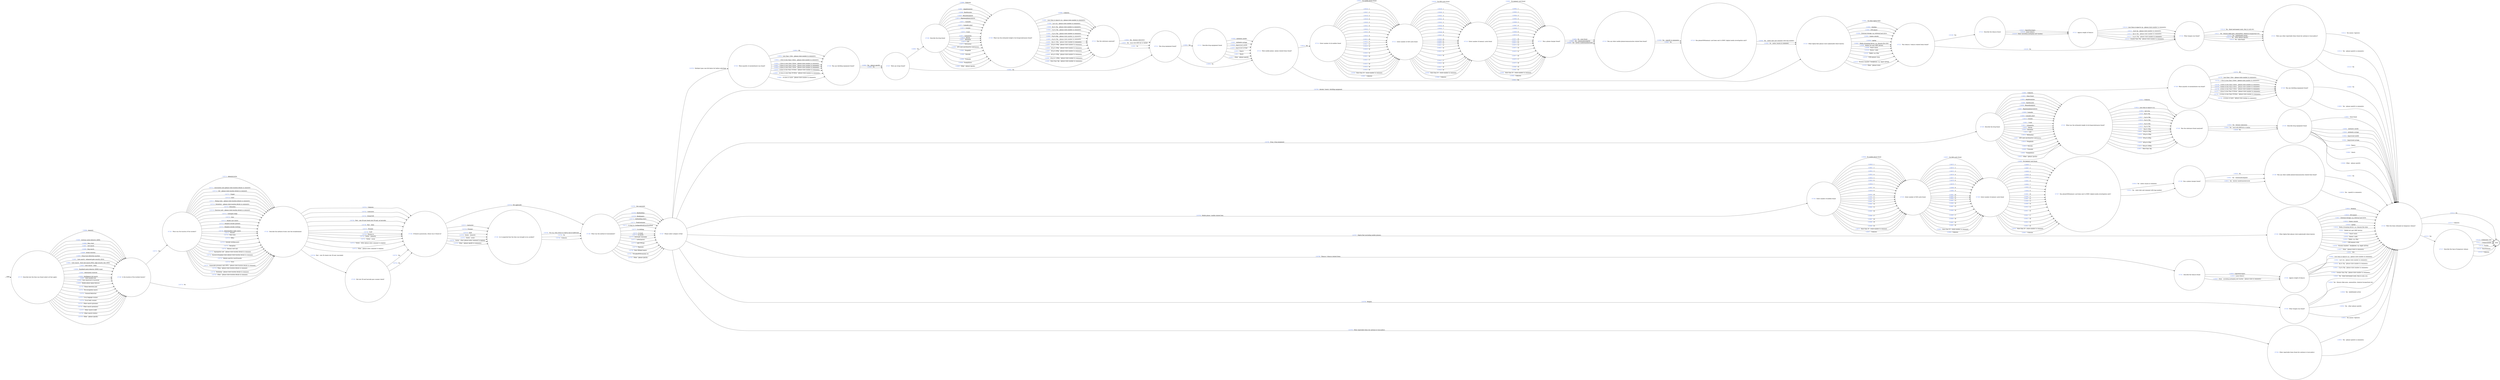
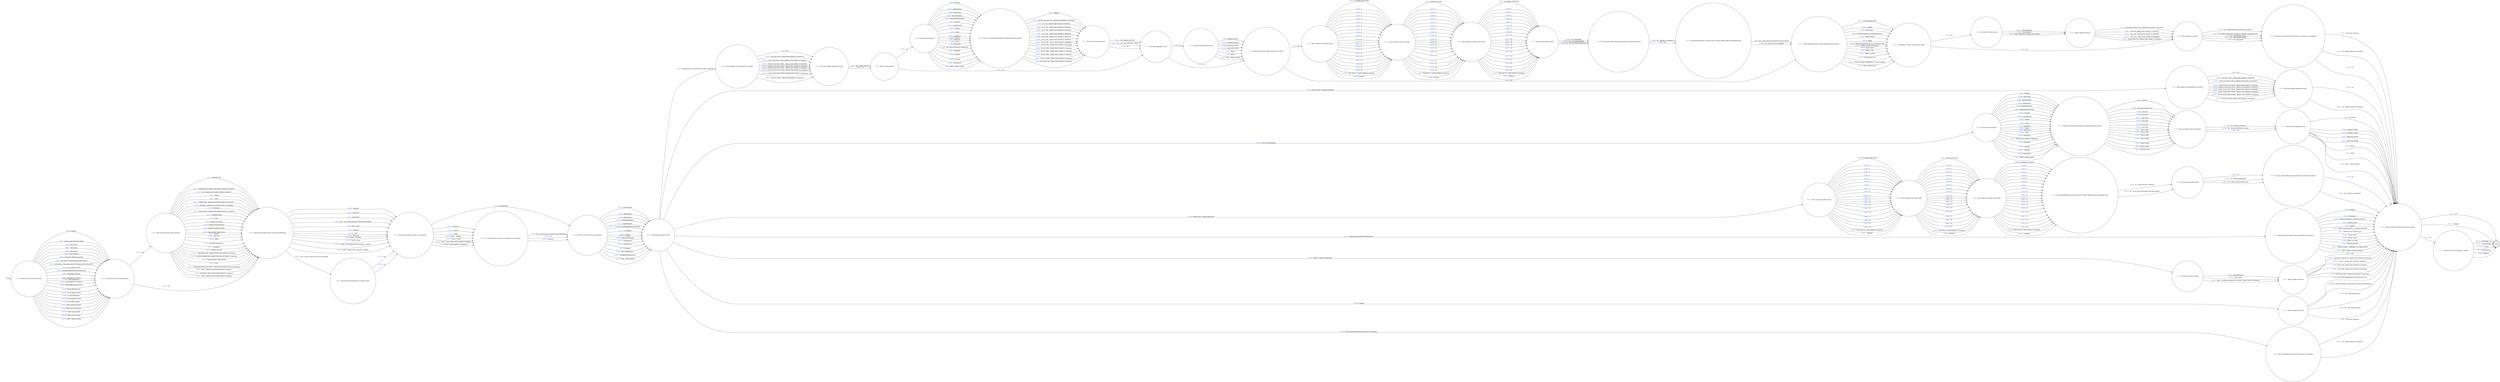
digraph FIND_6 {
  rankdir=LR;
  node [shape = circle];

  START_NODE [label="", shape=none];
  START_NODE -> 67179 [label = "start"];
  END_NODE [label="END", shape="doublecircle"];
-     67179 [label=< <FONT COLOR="royalblue">67179 </FONT> Describe how the item was found (select all that apply) >];
+     67179 [label=< <FONT COLOR="royalblue">67179 </FONT> Describe how the item was found >];
      67179 -> 67180 [label=< <FONT COLOR="royalblue">218684 </FONT> Amnesty >];
      67179 -> 67180 [label=< <FONT COLOR="royalblue">218685 </FONT> Archway metal detector (AMD) >];
      67179 -> 67180 [label=< <FONT COLOR="royalblue">218686 </FONT> Boss chair >];
      67179 -> 67180 [label=< <FONT COLOR="royalblue">218687 </FONT> Cell search >];
      67179 -> 67180 [label=< <FONT COLOR="royalblue">218688 </FONT> Dog search >];
      67179 -> 67180 [label=< <FONT COLOR="royalblue">218689 </FONT> Drone recovery >];
      67179 -> 67180 [label=< <FONT COLOR="royalblue">218690 </FONT> Drug trace detection machine >];
      67179 -> 67180 [label=< <FONT COLOR="royalblue">218691 </FONT> Gate search - enhanced gate security (EGS) >];
      67179 -> 67180 [label=< <FONT COLOR="royalblue">218692 </FONT> Gate search - front end search (FES), high security only (HSE) >];
      67179 -> 67180 [label=< <FONT COLOR="royalblue">218693 </FONT> Gate search - other >];
      67179 -> 67180 [label=< <FONT COLOR="royalblue">218694 </FONT> Handheld metal detector (HMD) wand >];
      67179 -> 67180 [label=< <FONT COLOR="royalblue">218695 </FONT> Information received >];
      67179 -> 67180 [label=< <FONT COLOR="royalblue">218696 </FONT> Intelligence led search >];
      67179 -> 67180 [label=< <FONT COLOR="royalblue">218697 </FONT> Item handed over >];
      67179 -> 67180 [label=< <FONT COLOR="royalblue">218698 </FONT> Item observed &amp; recovered >];
      67179 -> 67180 [label=< <FONT COLOR="royalblue">218699 </FONT> Mobile phone signal detector >];
      67179 -> 67180 [label=< <FONT COLOR="royalblue">218700 </FONT> Phone detection pole >];
      67179 -> 67180 [label=< <FONT COLOR="royalblue">218701 </FONT> Pre-occupation search >];
      67179 -> 67180 [label=< <FONT COLOR="royalblue">218702 </FONT> Unusual behaviour >];
      67179 -> 67180 [label=< <FONT COLOR="royalblue">218703 </FONT> X-ray baggage scanner >];
      67179 -> 67180 [label=< <FONT COLOR="royalblue">218704 </FONT> X-ray body scanner >];
      67179 -> 67180 [label=< <FONT COLOR="royalblue">218705 </FONT> Other search (prisoner) >];
      67179 -> 67180 [label=< <FONT COLOR="royalblue">218706 </FONT> Other search (premises) >];
      67179 -> 67180 [label=< <FONT COLOR="royalblue">218707 </FONT> Other search (staff) >];
      67179 -> 67180 [label=< <FONT COLOR="royalblue">218708 </FONT> Other search (visitor) >];
      67179 -> 67180 [label=< <FONT COLOR="royalblue">218709 </FONT> Other - (please specify) >];
    67180 [label=< <FONT COLOR="royalblue">67180 </FONT> Is the location of the incident known? >];
      67180 -> 67181 [label=< <FONT COLOR="royalblue">218711 </FONT> Yes >];
      67180 -> 67182 [label=< <FONT COLOR="royalblue">218710 </FONT> No >];
    67181 [label=< <FONT COLOR="royalblue">67181 </FONT> What was the location of the incident? >];
      67181 -> 67182 [label=< <FONT COLOR="royalblue">218712 </FONT> Administration >];
      67181 -> 67182 [label=< <FONT COLOR="royalblue">218713 </FONT> Association area (please state location details in comment) >];
      67181 -> 67182 [label=< <FONT COLOR="royalblue">218714 </FONT> Cell - (please state location details in comment) >];
      67181 -> 67182 [label=< <FONT COLOR="royalblue">218715 </FONT> Chapel >];
      67181 -> 67182 [label=< <FONT COLOR="royalblue">218716 </FONT> Court >];
      67181 -> 67182 [label=< <FONT COLOR="royalblue">218717 </FONT> Dining room - (please state location details in comments) >];
      67181 -> 67182 [label=< <FONT COLOR="royalblue">218718 </FONT> Dormitory - (please state location details in comments) >];
      67181 -> 67182 [label=< <FONT COLOR="royalblue">218719 </FONT> Education >];
      67181 -> 67182 [label=< <FONT COLOR="royalblue">218720 </FONT> Exercise yard - (please state location details in comment) >];
      67181 -> 67182 [label=< <FONT COLOR="royalblue">218721 </FONT> Gate/gate lodge >];
      67181 -> 67182 [label=< <FONT COLOR="royalblue">218722 </FONT> Gym >];
      67181 -> 67182 [label=< <FONT COLOR="royalblue">218723 </FONT> Health care centre >];
      67181 -> 67182 [label=< <FONT COLOR="royalblue">218724 </FONT> Hospital outside (patient) >];
      67181 -> 67182 [label=< <FONT COLOR="royalblue">218725 </FONT> Hospital outside (visiting) >];
      67181 -> 67182 [label=< <FONT COLOR="royalblue">218726 </FONT> Induction/first night centre >];
      67181 -> 67182 [label=< <FONT COLOR="royalblue">218727 </FONT> Kitchen >];
      67181 -> 67182 [label=< <FONT COLOR="royalblue">218728 </FONT> Mail room >];
      67181 -> 67182 [label=< <FONT COLOR="royalblue">218729 </FONT> Office >];
      67181 -> 67182 [label=< <FONT COLOR="royalblue">218730 </FONT> Outside working party >];
      67181 -> 67182 [label=< <FONT COLOR="royalblue">218731 </FONT> Reception >];
      67181 -> 67182 [label=< <FONT COLOR="royalblue">218732 </FONT> Recess/ roof void >];
      67181 -> 67182 [label=< <FONT COLOR="royalblue">218733 </FONT> Segregation unit - (please state location details in comment) >];
      67181 -> 67182 [label=< <FONT COLOR="royalblue">218734 </FONT> Showers/changing room (please state location details in comment) >];
      67181 -> 67182 [label=< <FONT COLOR="royalblue">218735 </FONT> Vehicle used for court/transfer >];
      67181 -> 67182 [label=< <FONT COLOR="royalblue">218736 </FONT> Visits >];
      67181 -> 67182 [label=< <FONT COLOR="royalblue">218737 </FONT> Vulnerable prisoners unit (VPU) - (please state location details in comment) >];
      67181 -> 67182 [label=< <FONT COLOR="royalblue">218738 </FONT> Wing - (please state location details in comment) >];
      67181 -> 67182 [label=< <FONT COLOR="royalblue">218739 </FONT> Workshop - (please state location details in comment) >];
      67181 -> 67182 [label=< <FONT COLOR="royalblue">218740 </FONT> Other - (please state location details in comment) >];
    67182 [label=< <FONT COLOR="royalblue">67182 </FONT> Describe the method of entry into the establishment >];
      67182 -> 67184 [label=< <FONT COLOR="royalblue">218741 </FONT> Unknown >];
      67182 -> 67184 [label=< <FONT COLOR="royalblue">218742 </FONT> Contractor >];
      67182 -> 67184 [label=< <FONT COLOR="royalblue">218743 </FONT> Drone/UAV >];
      67182 -> 67183 [label=< <FONT COLOR="royalblue">218744 </FONT> Post - rule 39 (check rule 39 mail, barcoded) >];
      67182 -> 67184 [label=< <FONT COLOR="royalblue">218745 </FONT> Post - rule 39 (not check rule 39 mail, no barcode) >];
      67182 -> 67184 [label=< <FONT COLOR="royalblue">218746 </FONT> Post - other >];
      67182 -> 67184 [label=< <FONT COLOR="royalblue">218747 </FONT> Prisoner >];
      67182 -> 67184 [label=< <FONT COLOR="royalblue">218748 </FONT> Staff >];
      67182 -> 67184 [label=< <FONT COLOR="royalblue">218749 </FONT> Thrown in >];
      67182 -> 67184 [label=< <FONT COLOR="royalblue">218750 </FONT> Visitor - domestic >];
      67182 -> 67184 [label=< <FONT COLOR="royalblue">218751 </FONT> Visitor - social >];
      67182 -> 67184 [label=< <FONT COLOR="royalblue">218752 </FONT> Visitor - other (please enter comment to explain) >];
      67182 -> 67184 [label=< <FONT COLOR="royalblue">218753 </FONT> Other - (please enter comment to explain) >];
    67183 [label=< <FONT COLOR="royalblue">67183 </FONT> Did rule 39 mail barcode pass scanner check? >];
      67183 -> 67184 [label=< <FONT COLOR="royalblue">218755 </FONT> Yes >];
      67183 -> 67184 [label=< <FONT COLOR="royalblue">218754 </FONT> No >];
    67184 [label=< <FONT COLOR="royalblue">67184 </FONT> If found in possession, whose was it found in? >];
      67184 -> 67186 [label=< <FONT COLOR="royalblue">218756 </FONT> Not applicable >];
      67184 -> 67185 [label=< <FONT COLOR="royalblue">218757 </FONT> Contractor >];
      67184 -> 67185 [label=< <FONT COLOR="royalblue">218758 </FONT> Prisoner >];
      67184 -> 67185 [label=< <FONT COLOR="royalblue">218759 </FONT> Staff >];
      67184 -> 67185 [label=< <FONT COLOR="royalblue">218760 </FONT> Visitor - domestic >];
      67184 -> 67185 [label=< <FONT COLOR="royalblue">218761 </FONT> Visitor - social >];
      67184 -> 67185 [label=< <FONT COLOR="royalblue">218762 </FONT> Visitor - other (please enter comment to explain) >];
      67184 -> 67185 [label=< <FONT COLOR="royalblue">218763 </FONT> Other - (please specify in comments) >];
    67185 [label=< <FONT COLOR="royalblue">67185 </FONT> Is it suspected that the item was brought in by accident? >];
      67185 -> 67186 [label=< <FONT COLOR="royalblue">218765 </FONT> Yes (e.g. item return to staff at end of shift/visit) >];
      67185 -> 67186 [label=< <FONT COLOR="royalblue">218764 </FONT> No >];
      67185 -> 67186 [label=< <FONT COLOR="royalblue">218766 </FONT> Unknown >];
    67186 [label=< <FONT COLOR="royalblue">67186 </FONT> What was the method of concealment? >];
      67186 -> 67187 [label=< <FONT COLOR="royalblue">218767 </FONT> Not concealed >];
      67186 -> 67187 [label=< <FONT COLOR="royalblue">218768 </FONT> Bed/bedding >];
      67186 -> 67187 [label=< <FONT COLOR="royalblue">218769 </FONT> Book/papers >];
      67186 -> 67187 [label=< <FONT COLOR="royalblue">218770 </FONT> Cell/building fabric >];
      67186 -> 67187 [label=< <FONT COLOR="royalblue">218771 </FONT> Food/container >];
      67186 -> 67187 [label=< <FONT COLOR="royalblue">218772 </FONT> In bag (i.e. backpack/briefcase/handbag) >];
      67186 -> 67187 [label=< <FONT COLOR="royalblue">218773 </FONT> In clothing >];
      67186 -> 67187 [label=< <FONT COLOR="royalblue">218774 </FONT> In hand >];
      67186 -> 67187 [label=< <FONT COLOR="royalblue">218775 </FONT> In mouth >];
      67186 -> 67187 [label=< <FONT COLOR="royalblue">218776 </FONT> Internally concealed >];
      67186 -> 67187 [label=< <FONT COLOR="royalblue">218777 </FONT> Letter/parcel >];
      67186 -> 67187 [label=< <FONT COLOR="royalblue">218778 </FONT> Light fittings >];
      67186 -> 67187 [label=< <FONT COLOR="royalblue">218779 </FONT> Pipework >];
      67186 -> 67187 [label=< <FONT COLOR="royalblue">218780 </FONT> Rule 39/legal papers >];
      67186 -> 67187 [label=< <FONT COLOR="royalblue">218781 </FONT> TV/radio/DVD/consoles etc >];
      67186 -> 67187 [label=< <FONT COLOR="royalblue">218782 </FONT> Other - (please specify) >];
    67187 [label=< <FONT COLOR="royalblue">67187 </FONT> Please select category of find >];
      67187 -> 67205 [label=< <FONT COLOR="royalblue">218783 </FONT> Multiple types (see full below list before selecting) >];
      67187 -> 67188 [label=< <FONT COLOR="royalblue">218784 </FONT> Alcohol / hooch / distilling equipment >];
      67187 -> 67190 [label=< <FONT COLOR="royalblue">218785 </FONT> Drug / drug equipment >];
      67187 -> 67194 [label=< <FONT COLOR="royalblue">218786 </FONT> Mobile phone / mobile related item >];
      67187 -> 67200 [label=< <FONT COLOR="royalblue">218787 </FONT> Digital find (excluding mobile phones) >];
      67187 -> 67201 [label=< <FONT COLOR="royalblue">218788 </FONT> Tobacco / tobacco related items >];
      67187 -> 67203 [label=< <FONT COLOR="royalblue">218789 </FONT> Weapon >];
      67187 -> 67204 [label=< <FONT COLOR="royalblue">218790 </FONT> Other reportable items (by national or local policy) >];
    67188 [label=< <FONT COLOR="royalblue">67188 </FONT> What quantity of alcohol/hooch was found? >];
      67188 -> 67189 [label=< <FONT COLOR="royalblue">218791 </FONT> Nil >];
      67188 -> 67189 [label=< <FONT COLOR="royalblue">218792 </FONT> Less than 1 litre - (please state number in comments) >];
      67188 -> 67189 [label=< <FONT COLOR="royalblue">218793 </FONT> 1 litre to less than 2 litres - (please state number in comments) >];
      67188 -> 67189 [label=< <FONT COLOR="royalblue">218794 </FONT> 2 litres to less than 3 litres - (please state number in comments) >];
      67188 -> 67189 [label=< <FONT COLOR="royalblue">218795 </FONT> 3 litres to less than 4 litres - (please state number in comments) >];
      67188 -> 67189 [label=< <FONT COLOR="royalblue">218796 </FONT> 4 litres to less than 5 litres - (please state number in comments) >];
      67188 -> 67189 [label=< <FONT COLOR="royalblue">218797 </FONT> 5 litres to less than 10 litres - (please state number in comments) >];
      67188 -> 67189 [label=< <FONT COLOR="royalblue">218798 </FONT> 10 litres to less than 20 litres - (please state number in comments) >];
      67188 -> 67189 [label=< <FONT COLOR="royalblue">218799 </FONT> 20 litres or more - (please state number in comments) >];
    67189 [label=< <FONT COLOR="royalblue">67189 </FONT> Was any distilling equipment found? >];
      67189 -> 67226 [label=< <FONT COLOR="royalblue">218800 </FONT> No >];
      67189 -> 67226 [label=< <FONT COLOR="royalblue">218801 </FONT> Yes - (please specify in comments) >];
    67190 [label=< <FONT COLOR="royalblue">67190 </FONT> Describe the drug found >];
      67190 -> 67191 [label=< <FONT COLOR="royalblue">218802 </FONT> Unknown >];
      67190 -> 67191 [label=< <FONT COLOR="royalblue">218803 </FONT> None found >];
      67190 -> 67191 [label=< <FONT COLOR="royalblue">218804 </FONT> Amphetamines >];
      67190 -> 67191 [label=< <FONT COLOR="royalblue">218805 </FONT> Barbiturates >];
      67190 -> 67191 [label=< <FONT COLOR="royalblue">218806 </FONT> Benzodiazepines >];
      67190 -> 67191 [label=< <FONT COLOR="royalblue">218807 </FONT> Buprenorphine/subutex >];
      67190 -> 67191 [label=< <FONT COLOR="royalblue">218808 </FONT> Cannabis >];
      67190 -> 67191 [label=< <FONT COLOR="royalblue">218809 </FONT> Cannabis plant >];
      67190 -> 67191 [label=< <FONT COLOR="royalblue">218810 </FONT> Cocaine >];
      67190 -> 67191 [label=< <FONT COLOR="royalblue">218811 </FONT> Crack >];
      67190 -> 67191 [label=< <FONT COLOR="royalblue">218812 </FONT> Gabapentin >];
      67190 -> 67191 [label=< <FONT COLOR="royalblue">218813 </FONT> Heroin >];
      67190 -> 67191 [label=< <FONT COLOR="royalblue">218814 </FONT> Ketamine >];
      67190 -> 67191 [label=< <FONT COLOR="royalblue">218815 </FONT> LSD >];
      67190 -> 67191 [label=< <FONT COLOR="royalblue">218816 </FONT> Methadone >];
      67190 -> 67191 [label=< <FONT COLOR="royalblue">218817 </FONT> NPS (new psychoactive substances) >];
      67190 -> 67191 [label=< <FONT COLOR="royalblue">218818 </FONT> Pregabalin >];
      67190 -> 67191 [label=< <FONT COLOR="royalblue">218819 </FONT> Steroids >];
      67190 -> 67191 [label=< <FONT COLOR="royalblue">218820 </FONT> Tramadol >];
      67190 -> 67191 [label=< <FONT COLOR="royalblue">218821 </FONT> Tranquilisers >];
      67190 -> 67191 [label=< <FONT COLOR="royalblue">218822 </FONT> Other - (please specify) >];
    67191 [label=< <FONT COLOR="royalblue">67191 </FONT> What was the estimated weight of all drugs/substances found? >];
      67191 -> 67192 [label=< <FONT COLOR="royalblue">218823 </FONT> Unknown >];
      67191 -> 67192 [label=< <FONT COLOR="royalblue">218824 </FONT> Less than or equal to 1g >];
      67191 -> 67192 [label=< <FONT COLOR="royalblue">218825 </FONT> 2g to 5g >];
      67191 -> 67192 [label=< <FONT COLOR="royalblue">218826 </FONT> 6g to 10g >];
      67191 -> 67192 [label=< <FONT COLOR="royalblue">218827 </FONT> 11g to 20g >];
      67191 -> 67192 [label=< <FONT COLOR="royalblue">218828 </FONT> 21g to 30g >];
      67191 -> 67192 [label=< <FONT COLOR="royalblue">218829 </FONT> 31g to 40g >];
      67191 -> 67192 [label=< <FONT COLOR="royalblue">218830 </FONT> 41g to 50g >];
      67191 -> 67192 [label=< <FONT COLOR="royalblue">218831 </FONT> 50g to 100g >];
      67191 -> 67192 [label=< <FONT COLOR="royalblue">218832 </FONT> 101g to 200g >];
      67191 -> 67192 [label=< <FONT COLOR="royalblue">218833 </FONT> 201g to 300g >];
      67191 -> 67192 [label=< <FONT COLOR="royalblue">218834 </FONT> 301g to 400g >];
      67191 -> 67192 [label=< <FONT COLOR="royalblue">218835 </FONT> 401g to 500g >];
      67191 -> 67192 [label=< <FONT COLOR="royalblue">218836 </FONT> 501g to 1000g >];
      67191 -> 67192 [label=< <FONT COLOR="royalblue">218837 </FONT> More than 1kg >];
    67192 [label=< <FONT COLOR="royalblue">67192 </FONT> Was the substance found analysed? >];
      67192 -> 67193 [label=< <FONT COLOR="royalblue">218839 </FONT> Yes - forensic laboratory >];
      67192 -> 67193 [label=< <FONT COLOR="royalblue">218840 </FONT> Yes - local with BDH kit or similar >];
      67192 -> 67193 [label=< <FONT COLOR="royalblue">218838 </FONT> No >];
    67193 [label=< <FONT COLOR="royalblue">67193 </FONT> Describe drug equipment found >];
      67193 -> 67226 [label=< <FONT COLOR="royalblue">218841 </FONT> None found >];
      67193 -> 67226 [label=< <FONT COLOR="royalblue">218842 </FONT> Authentic needle >];
      67193 -> 67226 [label=< <FONT COLOR="royalblue">218843 </FONT> Authentic syringe >];
      67193 -> 67226 [label=< <FONT COLOR="royalblue">218844 </FONT> Improvised needle >];
      67193 -> 67226 [label=< <FONT COLOR="royalblue">218845 </FONT> Improvised syringe >];
      67193 -> 67226 [label=< <FONT COLOR="royalblue">218846 </FONT> Pipe(s) >];
      67193 -> 67226 [label=< <FONT COLOR="royalblue">218847 </FONT> Roach >];
      67193 -> 67226 [label=< <FONT COLOR="royalblue">218848 </FONT> Other - (please specify) >];
    67194 [label=< <FONT COLOR="royalblue">67194 </FONT> Enter number of mobiles found >];
      67194 -> 67195 [label=< <FONT COLOR="royalblue">218849 </FONT> No mobile phone found >];
      67194 -> 67195 [label=< <FONT COLOR="royalblue">218850 </FONT> 1 >];
      67194 -> 67195 [label=< <FONT COLOR="royalblue">218851 </FONT> 2 >];
      67194 -> 67195 [label=< <FONT COLOR="royalblue">218852 </FONT> 3 >];
      67194 -> 67195 [label=< <FONT COLOR="royalblue">218853 </FONT> 4 >];
      67194 -> 67195 [label=< <FONT COLOR="royalblue">218854 </FONT> 5 >];
      67194 -> 67195 [label=< <FONT COLOR="royalblue">218855 </FONT> 6 >];
      67194 -> 67195 [label=< <FONT COLOR="royalblue">218856 </FONT> 7 >];
      67194 -> 67195 [label=< <FONT COLOR="royalblue">218857 </FONT> 8 >];
      67194 -> 67195 [label=< <FONT COLOR="royalblue">218858 </FONT> 9 >];
      67194 -> 67195 [label=< <FONT COLOR="royalblue">218859 </FONT> 10 >];
      67194 -> 67195 [label=< <FONT COLOR="royalblue">218860 </FONT> 11 >];
      67194 -> 67195 [label=< <FONT COLOR="royalblue">218861 </FONT> 12 >];
      67194 -> 67195 [label=< <FONT COLOR="royalblue">218862 </FONT> 13 >];
      67194 -> 67195 [label=< <FONT COLOR="royalblue">218863 </FONT> 14 >];
      67194 -> 67195 [label=< <FONT COLOR="royalblue">218864 </FONT> 15 >];
      67194 -> 67195 [label=< <FONT COLOR="royalblue">218865 </FONT> 16 >];
      67194 -> 67195 [label=< <FONT COLOR="royalblue">218866 </FONT> 17 >];
      67194 -> 67195 [label=< <FONT COLOR="royalblue">218867 </FONT> 18 >];
      67194 -> 67195 [label=< <FONT COLOR="royalblue">218868 </FONT> 19 >];
      67194 -> 67195 [label=< <FONT COLOR="royalblue">218869 </FONT> 20 >];
      67194 -> 67195 [label=< <FONT COLOR="royalblue">218870 </FONT> More than 20 - (state number in comment) >];
      67194 -> 67195 [label=< <FONT COLOR="royalblue">218871 </FONT> Unknown >];
    67195 [label=< <FONT COLOR="royalblue">67195 </FONT> Enter number of SIM cards found >];
      67195 -> 67196 [label=< <FONT COLOR="royalblue">218872 </FONT> No SIM cards found >];
      67195 -> 67196 [label=< <FONT COLOR="royalblue">218873 </FONT> 1 >];
      67195 -> 67196 [label=< <FONT COLOR="royalblue">218874 </FONT> 2 >];
      67195 -> 67196 [label=< <FONT COLOR="royalblue">218875 </FONT> 3 >];
      67195 -> 67196 [label=< <FONT COLOR="royalblue">218876 </FONT> 4 >];
      67195 -> 67196 [label=< <FONT COLOR="royalblue">218877 </FONT> 5 >];
      67195 -> 67196 [label=< <FONT COLOR="royalblue">218878 </FONT> 6 >];
      67195 -> 67196 [label=< <FONT COLOR="royalblue">218879 </FONT> 7 >];
      67195 -> 67196 [label=< <FONT COLOR="royalblue">218880 </FONT> 8 >];
      67195 -> 67196 [label=< <FONT COLOR="royalblue">218881 </FONT> 9 >];
      67195 -> 67196 [label=< <FONT COLOR="royalblue">218882 </FONT> 10 >];
      67195 -> 67196 [label=< <FONT COLOR="royalblue">218883 </FONT> 11 >];
      67195 -> 67196 [label=< <FONT COLOR="royalblue">218884 </FONT> 12 >];
      67195 -> 67196 [label=< <FONT COLOR="royalblue">218885 </FONT> 13 >];
      67195 -> 67196 [label=< <FONT COLOR="royalblue">218886 </FONT> 14 >];
      67195 -> 67196 [label=< <FONT COLOR="royalblue">218887 </FONT> 15 >];
      67195 -> 67196 [label=< <FONT COLOR="royalblue">218888 </FONT> 16 >];
      67195 -> 67196 [label=< <FONT COLOR="royalblue">218889 </FONT> 17 >];
      67195 -> 67196 [label=< <FONT COLOR="royalblue">218890 </FONT> 18 >];
      67195 -> 67196 [label=< <FONT COLOR="royalblue">218891 </FONT> 19 >];
      67195 -> 67196 [label=< <FONT COLOR="royalblue">218892 </FONT> 20 >];
      67195 -> 67196 [label=< <FONT COLOR="royalblue">218893 </FONT> More than 20 - (state number in comment) >];
      67195 -> 67196 [label=< <FONT COLOR="royalblue">218894 </FONT> Unknown >];
    67196 [label=< <FONT COLOR="royalblue">67196 </FONT> Enter number of memory cards found >];
      67196 -> 67197 [label=< <FONT COLOR="royalblue">218895 </FONT> No memory card found >];
      67196 -> 67197 [label=< <FONT COLOR="royalblue">218896 </FONT> 1 >];
      67196 -> 67197 [label=< <FONT COLOR="royalblue">218897 </FONT> 2 >];
      67196 -> 67197 [label=< <FONT COLOR="royalblue">218898 </FONT> 3 >];
      67196 -> 67197 [label=< <FONT COLOR="royalblue">218899 </FONT> 4 >];
      67196 -> 67197 [label=< <FONT COLOR="royalblue">218900 </FONT> 5 >];
      67196 -> 67197 [label=< <FONT COLOR="royalblue">218901 </FONT> 6 >];
      67196 -> 67197 [label=< <FONT COLOR="royalblue">218902 </FONT> 7 >];
      67196 -> 67197 [label=< <FONT COLOR="royalblue">218903 </FONT> 8 >];
      67196 -> 67197 [label=< <FONT COLOR="royalblue">218904 </FONT> 9 >];
      67196 -> 67197 [label=< <FONT COLOR="royalblue">218905 </FONT> 10 >];
      67196 -> 67197 [label=< <FONT COLOR="royalblue">218906 </FONT> 11 >];
      67196 -> 67197 [label=< <FONT COLOR="royalblue">218907 </FONT> 12 >];
      67196 -> 67197 [label=< <FONT COLOR="royalblue">218908 </FONT> 13 >];
      67196 -> 67197 [label=< <FONT COLOR="royalblue">218909 </FONT> 14 >];
      67196 -> 67197 [label=< <FONT COLOR="royalblue">218910 </FONT> 15 >];
      67196 -> 67197 [label=< <FONT COLOR="royalblue">218911 </FONT> 16 >];
      67196 -> 67197 [label=< <FONT COLOR="royalblue">218912 </FONT> 17 >];
      67196 -> 67197 [label=< <FONT COLOR="royalblue">218913 </FONT> 18 >];
      67196 -> 67197 [label=< <FONT COLOR="royalblue">218914 </FONT> 19 >];
      67196 -> 67197 [label=< <FONT COLOR="royalblue">218915 </FONT> 20 >];
      67196 -> 67197 [label=< <FONT COLOR="royalblue">218916 </FONT> More than 20 - (state number in comment) >];
      67196 -> 67197 [label=< <FONT COLOR="royalblue">218917 </FONT> Unknown >];
    67197 [label=< <FONT COLOR="royalblue">67197 </FONT> Has phone/SIM/memory card been sent to DIMU (digital media investigation unit)? >];
      67197 -> 67198 [label=< <FONT COLOR="royalblue">218918 </FONT> No - (enter reason in comment) >];
      67197 -> 67198 [label=< <FONT COLOR="royalblue">218919 </FONT> Yes - enter date and comment with bag number) >];
    67198 [label=< <FONT COLOR="royalblue">67198 </FONT> Was a phone charger found? >];
      67198 -> 67199 [label=< <FONT COLOR="royalblue">218920 </FONT> No >];
      67198 -> 67199 [label=< <FONT COLOR="royalblue">218921 </FONT> Yes - homemade/adapted >];
      67198 -> 67199 [label=< <FONT COLOR="royalblue">218922 </FONT> Yes - factory made/manufactured >];
    67199 [label=< <FONT COLOR="royalblue">67199 </FONT> Was any other mobile phone/communication related item found? >];
      67199 -> 67226 [label=< <FONT COLOR="royalblue">218923 </FONT> No >];
      67199 -> 67226 [label=< <FONT COLOR="royalblue">218924 </FONT> Yes - (specify in comments) >];
    67200 [label=< <FONT COLOR="royalblue">67200 </FONT> Other digital find (please state make/model where known) >];
      67200 -> 67226 [label=< <FONT COLOR="royalblue">218925 </FONT> Desktop >];
      67200 -> 67226 [label=< <FONT COLOR="royalblue">218926 </FONT> DVD player >];
      67200 -> 67226 [label=< <FONT COLOR="royalblue">218927 </FONT> External storage, e.g. external hard drive >];
      67200 -> 67226 [label=< <FONT COLOR="royalblue">218928 </FONT> Games console >];
      67200 -> 67226 [label=< <FONT COLOR="royalblue">218929 </FONT> Laptop >];
      67200 -> 67226 [label=< <FONT COLOR="royalblue">218930 </FONT> Media streaming device, e.g. Amazon fire stick >];
      67200 -> 67226 [label=< <FONT COLOR="royalblue">218931 </FONT> Mobile hot spot (MiFi device) >];
      67200 -> 67226 [label=< <FONT COLOR="royalblue">218932 </FONT> Smart watch >];
      67200 -> 67226 [label=< <FONT COLOR="royalblue">218933 </FONT> Stereo / radio >];
      67200 -> 67226 [label=< <FONT COLOR="royalblue">218934 </FONT> Tablet, e.g. iPad >];
      67200 -> 67226 [label=< <FONT COLOR="royalblue">218935 </FONT> USB memory stick >];
      67200 -> 67226 [label=< <FONT COLOR="royalblue">218936 </FONT> Wireless headset . headphone, e.g. Apple AirPods >];
      67200 -> 67226 [label=< <FONT COLOR="royalblue">218937 </FONT> Other - (please state in comments) >];
    67201 [label=< <FONT COLOR="royalblue">67201 </FONT> Describe the tobacco found >];
      67201 -> 67202 [label=< <FONT COLOR="royalblue">218938 </FONT> Cigarettes/cigars >];
      67201 -> 67202 [label=< <FONT COLOR="royalblue">218939 </FONT> Loose tobacco >];
      67201 -> 67202 [label=< <FONT COLOR="royalblue">218940 </FONT> Other - including packaging and roaches - (please state in comments) >];
    67202 [label=< <FONT COLOR="royalblue">67202 </FONT> Approx weight of tobacco >];
      67202 -> 67226 [label=< <FONT COLOR="royalblue">218941 </FONT> N/A >];
      67202 -> 67226 [label=< <FONT COLOR="royalblue">218942 </FONT> Less than or equal to 1g - (please state number in comments) >];
      67202 -> 67226 [label=< <FONT COLOR="royalblue">218943 </FONT> 2g to 5g - (please state number in comments) >];
      67202 -> 67226 [label=< <FONT COLOR="royalblue">218944 </FONT> 6g to 10g - (please state number in comments) >];
      67202 -> 67226 [label=< <FONT COLOR="royalblue">218945 </FONT> 11g to 20g - (please state number in comments) >];
      67202 -> 67226 [label=< <FONT COLOR="royalblue">218946 </FONT> Greater than 20g - (please state number in comments) >];
    67203 [label=< <FONT COLOR="royalblue">67203 </FONT> What weapon was found? >];
      67203 -> 67226 [label=< <FONT COLOR="royalblue">218947 </FONT> Yes - blunt instrument (cosh, item in sock, etc) >];
      67203 -> 67226 [label=< <FONT COLOR="royalblue">218948 </FONT> Yes - firearm (fake guns, ammunition, chemical incapacitant etc) >];
      67203 -> 67226 [label=< <FONT COLOR="royalblue">218949 </FONT> Yes - knife/bladed article >];
      67203 -> 67226 [label=< <FONT COLOR="royalblue">218950 </FONT> Yes - other (please specify) >];
    67204 [label=< <FONT COLOR="royalblue">67204 </FONT> Other reportable items found (by national or local policy) >];
      67204 -> 67226 [label=< <FONT COLOR="royalblue">218951 </FONT> Yes (noose / ligature) >];
      67204 -> 67226 [label=< <FONT COLOR="royalblue">218952 </FONT> Yes - (please specify in comments) >];
    67205 [label=< <FONT COLOR="royalblue">67205 </FONT> What quantity of alcohol/hooch was found? >];
      67205 -> 67206 [label=< <FONT COLOR="royalblue">218953 </FONT> Nil >];
      67205 -> 67206 [label=< <FONT COLOR="royalblue">218954 </FONT> Less than 1 litre - (please state number in comments) >];
      67205 -> 67206 [label=< <FONT COLOR="royalblue">218955 </FONT> 1 litre to less than 2 litres - (please state number in comments) >];
      67205 -> 67206 [label=< <FONT COLOR="royalblue">218956 </FONT> 2 litres to less than 3 litres - (please state number in comments) >];
      67205 -> 67206 [label=< <FONT COLOR="royalblue">218957 </FONT> 3 litres to less than 4 litres - (please state number in comments) >];
      67205 -> 67206 [label=< <FONT COLOR="royalblue">218958 </FONT> 4 litres to less than 5 litres - (please state number in comments) >];
      67205 -> 67206 [label=< <FONT COLOR="royalblue">218959 </FONT> 5 litres to less than 10 litres - (please state number in comments) >];
      67205 -> 67206 [label=< <FONT COLOR="royalblue">218960 </FONT> 10 litres to less than 20 litres - (please state number in comments) >];
      67205 -> 67206 [label=< <FONT COLOR="royalblue">218961 </FONT> 20 litres or more - (please state number in comments) >];
    67206 [label=< <FONT COLOR="royalblue">67206 </FONT> Was any distilling equipment found? >];
      67206 -> 67207 [label=< <FONT COLOR="royalblue">218963 </FONT> Yes - (please specify) >];
      67206 -> 67207 [label=< <FONT COLOR="royalblue">218962 </FONT> No >];
    67207 [label=< <FONT COLOR="royalblue">67207 </FONT> Were any drugs found? >];
      67207 -> 67208 [label=< <FONT COLOR="royalblue">218965 </FONT> Yes >];
      67207 -> 67211 [label=< <FONT COLOR="royalblue">218964 </FONT> No >];
    67208 [label=< <FONT COLOR="royalblue">67208 </FONT> Describe the drug found >];
      67208 -> 67209 [label=< <FONT COLOR="royalblue">218966 </FONT> Unknown >];
      67208 -> 67209 [label=< <FONT COLOR="royalblue">218967 </FONT> Amphetamines >];
      67208 -> 67209 [label=< <FONT COLOR="royalblue">218968 </FONT> Barbiturates >];
      67208 -> 67209 [label=< <FONT COLOR="royalblue">218969 </FONT> Benzodiazepines >];
      67208 -> 67209 [label=< <FONT COLOR="royalblue">218970 </FONT> Buprenorphine/subutex >];
      67208 -> 67209 [label=< <FONT COLOR="royalblue">218971 </FONT> Cannabis >];
      67208 -> 67209 [label=< <FONT COLOR="royalblue">218972 </FONT> Cannabis plant >];
      67208 -> 67209 [label=< <FONT COLOR="royalblue">218973 </FONT> Cocaine >];
      67208 -> 67209 [label=< <FONT COLOR="royalblue">218974 </FONT> Crack >];
      67208 -> 67209 [label=< <FONT COLOR="royalblue">218975 </FONT> Gabapentin >];
      67208 -> 67209 [label=< <FONT COLOR="royalblue">218976 </FONT> Heroin >];
      67208 -> 67209 [label=< <FONT COLOR="royalblue">218977 </FONT> Ketamine >];
      67208 -> 67209 [label=< <FONT COLOR="royalblue">218978 </FONT> LSD >];
      67208 -> 67209 [label=< <FONT COLOR="royalblue">218979 </FONT> Methadone >];
      67208 -> 67209 [label=< <FONT COLOR="royalblue">218980 </FONT> NPS (new psychoactive substances) >];
      67208 -> 67209 [label=< <FONT COLOR="royalblue">218981 </FONT> Pregablin >];
      67208 -> 67209 [label=< <FONT COLOR="royalblue">218982 </FONT> Steroids >];
      67208 -> 67209 [label=< <FONT COLOR="royalblue">218983 </FONT> Tramadol >];
      67208 -> 67209 [label=< <FONT COLOR="royalblue">218984 </FONT> Tranquilisers >];
      67208 -> 67209 [label=< <FONT COLOR="royalblue">218985 </FONT> Other - (please specify) >];
    67209 [label=< <FONT COLOR="royalblue">67209 </FONT> What was the estimated weight of all drugs/substances found? >];
      67209 -> 67210 [label=< <FONT COLOR="royalblue">218986 </FONT> Unknown >];
      67209 -> 67210 [label=< <FONT COLOR="royalblue">218987 </FONT> Less than or equal to 1g - (please state number in comments) >];
      67209 -> 67210 [label=< <FONT COLOR="royalblue">218988 </FONT> 2g to 5g - (please state number in comments) >];
      67209 -> 67210 [label=< <FONT COLOR="royalblue">218989 </FONT> 6g to 10g - (please state number in comments) >];
      67209 -> 67210 [label=< <FONT COLOR="royalblue">218990 </FONT> 11g to 20g - (please state number in comments) >];
      67209 -> 67210 [label=< <FONT COLOR="royalblue">218991 </FONT> 21g to 30g - (please state number in comments) >];
      67209 -> 67210 [label=< <FONT COLOR="royalblue">218992 </FONT> 31g to 40g - (please state number in comments) >];
      67209 -> 67210 [label=< <FONT COLOR="royalblue">218993 </FONT> 41g to 50g - (please state number in comments) >];
      67209 -> 67210 [label=< <FONT COLOR="royalblue">218994 </FONT> 50g to 100g - (please state number in comments) >];
      67209 -> 67210 [label=< <FONT COLOR="royalblue">218995 </FONT> 101g to 200g - (please state number in comments) >];
      67209 -> 67210 [label=< <FONT COLOR="royalblue">218996 </FONT> 201g to 300g - (please state number in comments) >];
      67209 -> 67210 [label=< <FONT COLOR="royalblue">218997 </FONT> 301g to 400g - (please state number in comments) >];
      67209 -> 67210 [label=< <FONT COLOR="royalblue">218998 </FONT> 401g to 500g - (please state number in comments) >];
      67209 -> 67210 [label=< <FONT COLOR="royalblue">218999 </FONT> 501g to 1,000g - (please state number in comments) >];
      67209 -> 67210 [label=< <FONT COLOR="royalblue">219000 </FONT> More than 1kg - (please state number in comments) >];
    67210 [label=< <FONT COLOR="royalblue">67210 </FONT> Was the substance analysed? >];
      67210 -> 67211 [label=< <FONT COLOR="royalblue">219002 </FONT> Yes - forensic laboratory >];
      67210 -> 67211 [label=< <FONT COLOR="royalblue">219003 </FONT> Yes - local with BDH kit or similar >];
      67210 -> 67211 [label=< <FONT COLOR="royalblue">219001 </FONT> No >];
    67211 [label=< <FONT COLOR="royalblue">67211 </FONT> Was drug equipment found? >];
      67211 -> 67212 [label=< <FONT COLOR="royalblue">219005 </FONT> Yes >];
      67211 -> 67213 [label=< <FONT COLOR="royalblue">219004 </FONT> No >];
    67212 [label=< <FONT COLOR="royalblue">67212 </FONT> Describe drug equipment found >];
      67212 -> 67213 [label=< <FONT COLOR="royalblue">219006 </FONT> Authentic needle >];
      67212 -> 67213 [label=< <FONT COLOR="royalblue">219007 </FONT> Authentic syringe >];
      67212 -> 67213 [label=< <FONT COLOR="royalblue">219008 </FONT> Improvised needle >];
      67212 -> 67213 [label=< <FONT COLOR="royalblue">219009 </FONT> Improvised syringe >];
      67212 -> 67213 [label=< <FONT COLOR="royalblue">219010 </FONT> Pipe(s) >];
      67212 -> 67213 [label=< <FONT COLOR="royalblue">219011 </FONT> Roach >];
      67212 -> 67213 [label=< <FONT COLOR="royalblue">219012 </FONT> Other - (please specify) >];
    67213 [label=< <FONT COLOR="royalblue">67213 </FONT> Were mobile phone / phone related items found? >];
      67213 -> 67214 [label=< <FONT COLOR="royalblue">219014 </FONT> Yes >];
      67213 -> 67220 [label=< <FONT COLOR="royalblue">219013 </FONT> No >];
    67214 [label=< <FONT COLOR="royalblue">67214 </FONT> Enter number of all mobiles found >];
      67214 -> 67215 [label=< <FONT COLOR="royalblue">219015 </FONT> No mobile phone found >];
      67214 -> 67215 [label=< <FONT COLOR="royalblue">219016 </FONT> 1 >];
      67214 -> 67215 [label=< <FONT COLOR="royalblue">219017 </FONT> 2 >];
      67214 -> 67215 [label=< <FONT COLOR="royalblue">219018 </FONT> 3 >];
      67214 -> 67215 [label=< <FONT COLOR="royalblue">219019 </FONT> 4 >];
      67214 -> 67215 [label=< <FONT COLOR="royalblue">219020 </FONT> 5 >];
      67214 -> 67215 [label=< <FONT COLOR="royalblue">219021 </FONT> 6 >];
      67214 -> 67215 [label=< <FONT COLOR="royalblue">219022 </FONT> 7 >];
      67214 -> 67215 [label=< <FONT COLOR="royalblue">219023 </FONT> 8 >];
      67214 -> 67215 [label=< <FONT COLOR="royalblue">219024 </FONT> 9 >];
      67214 -> 67215 [label=< <FONT COLOR="royalblue">219025 </FONT> 10 >];
      67214 -> 67215 [label=< <FONT COLOR="royalblue">219026 </FONT> 11 >];
      67214 -> 67215 [label=< <FONT COLOR="royalblue">219027 </FONT> 12 >];
      67214 -> 67215 [label=< <FONT COLOR="royalblue">219028 </FONT> 13 >];
      67214 -> 67215 [label=< <FONT COLOR="royalblue">219029 </FONT> 14 >];
      67214 -> 67215 [label=< <FONT COLOR="royalblue">219030 </FONT> 15 >];
      67214 -> 67215 [label=< <FONT COLOR="royalblue">219031 </FONT> 16 >];
      67214 -> 67215 [label=< <FONT COLOR="royalblue">219032 </FONT> 17 >];
      67214 -> 67215 [label=< <FONT COLOR="royalblue">219033 </FONT> 18 >];
      67214 -> 67215 [label=< <FONT COLOR="royalblue">219034 </FONT> 19 >];
      67214 -> 67215 [label=< <FONT COLOR="royalblue">219035 </FONT> 20 >];
      67214 -> 67215 [label=< <FONT COLOR="royalblue">219036 </FONT> More than 20 - (state number in comment) >];
      67214 -> 67215 [label=< <FONT COLOR="royalblue">219037 </FONT> Unknown >];
    67215 [label=< <FONT COLOR="royalblue">67215 </FONT> Enter number of SIM cards found >];
      67215 -> 67216 [label=< <FONT COLOR="royalblue">219038 </FONT> No SIM cards found >];
      67215 -> 67216 [label=< <FONT COLOR="royalblue">219039 </FONT> 1 >];
      67215 -> 67216 [label=< <FONT COLOR="royalblue">219040 </FONT> 2 >];
      67215 -> 67216 [label=< <FONT COLOR="royalblue">219041 </FONT> 3 >];
      67215 -> 67216 [label=< <FONT COLOR="royalblue">219042 </FONT> 4 >];
      67215 -> 67216 [label=< <FONT COLOR="royalblue">219043 </FONT> 5 >];
      67215 -> 67216 [label=< <FONT COLOR="royalblue">219044 </FONT> 6 >];
      67215 -> 67216 [label=< <FONT COLOR="royalblue">219045 </FONT> 7 >];
      67215 -> 67216 [label=< <FONT COLOR="royalblue">219046 </FONT> 8 >];
      67215 -> 67216 [label=< <FONT COLOR="royalblue">219047 </FONT> 9 >];
      67215 -> 67216 [label=< <FONT COLOR="royalblue">219048 </FONT> 10 >];
      67215 -> 67216 [label=< <FONT COLOR="royalblue">219049 </FONT> 11 >];
      67215 -> 67216 [label=< <FONT COLOR="royalblue">219050 </FONT> 12 >];
      67215 -> 67216 [label=< <FONT COLOR="royalblue">219051 </FONT> 13 >];
      67215 -> 67216 [label=< <FONT COLOR="royalblue">219052 </FONT> 14 >];
      67215 -> 67216 [label=< <FONT COLOR="royalblue">219053 </FONT> 15 >];
      67215 -> 67216 [label=< <FONT COLOR="royalblue">219054 </FONT> 16 >];
      67215 -> 67216 [label=< <FONT COLOR="royalblue">219055 </FONT> 17 >];
      67215 -> 67216 [label=< <FONT COLOR="royalblue">219056 </FONT> 18 >];
      67215 -> 67216 [label=< <FONT COLOR="royalblue">219057 </FONT> 19 >];
      67215 -> 67216 [label=< <FONT COLOR="royalblue">219058 </FONT> 20 >];
      67215 -> 67216 [label=< <FONT COLOR="royalblue">219059 </FONT> More than 20 - (state number in comment) >];
      67215 -> 67216 [label=< <FONT COLOR="royalblue">219060 </FONT> Unknown >];
    67216 [label=< <FONT COLOR="royalblue">67216 </FONT> Enter number of memory cards found >];
      67216 -> 67217 [label=< <FONT COLOR="royalblue">219061 </FONT> No memory card found >];
      67216 -> 67217 [label=< <FONT COLOR="royalblue">219062 </FONT> 1 >];
      67216 -> 67217 [label=< <FONT COLOR="royalblue">219063 </FONT> 2 >];
      67216 -> 67217 [label=< <FONT COLOR="royalblue">219064 </FONT> 3 >];
      67216 -> 67217 [label=< <FONT COLOR="royalblue">219065 </FONT> 4 >];
      67216 -> 67217 [label=< <FONT COLOR="royalblue">219066 </FONT> 5 >];
      67216 -> 67217 [label=< <FONT COLOR="royalblue">219067 </FONT> 6 >];
      67216 -> 67217 [label=< <FONT COLOR="royalblue">219068 </FONT> 7 >];
      67216 -> 67217 [label=< <FONT COLOR="royalblue">219069 </FONT> 8 >];
      67216 -> 67217 [label=< <FONT COLOR="royalblue">219070 </FONT> 9 >];
      67216 -> 67217 [label=< <FONT COLOR="royalblue">219071 </FONT> 10 >];
      67216 -> 67217 [label=< <FONT COLOR="royalblue">219072 </FONT> 11 >];
      67216 -> 67217 [label=< <FONT COLOR="royalblue">219073 </FONT> 12 >];
      67216 -> 67217 [label=< <FONT COLOR="royalblue">219074 </FONT> 13 >];
      67216 -> 67217 [label=< <FONT COLOR="royalblue">219075 </FONT> 14 >];
      67216 -> 67217 [label=< <FONT COLOR="royalblue">219076 </FONT> 15 >];
      67216 -> 67217 [label=< <FONT COLOR="royalblue">219077 </FONT> 16 >];
      67216 -> 67217 [label=< <FONT COLOR="royalblue">219078 </FONT> 17 >];
      67216 -> 67217 [label=< <FONT COLOR="royalblue">219079 </FONT> 18 >];
      67216 -> 67217 [label=< <FONT COLOR="royalblue">219080 </FONT> 19 >];
      67216 -> 67217 [label=< <FONT COLOR="royalblue">219081 </FONT> 20 >];
      67216 -> 67217 [label=< <FONT COLOR="royalblue">219082 </FONT> More than 20 - (state number in comment) >];
      67216 -> 67217 [label=< <FONT COLOR="royalblue">219083 </FONT> Unknown >];
    67217 [label=< <FONT COLOR="royalblue">67217 </FONT> Was a phone charger found? >];
      67217 -> 67218 [label=< <FONT COLOR="royalblue">219084 </FONT> No - none found >];
      67217 -> 67218 [label=< <FONT COLOR="royalblue">219085 </FONT> Yes - homemade/adapted >];
      67217 -> 67218 [label=< <FONT COLOR="royalblue">219086 </FONT> Yes - factory made/manufactured >];
    67218 [label=< <FONT COLOR="royalblue">67218 </FONT> Was any other mobile phone/communication related item found? >];
      67218 -> 67219 [label=< <FONT COLOR="royalblue">219088 </FONT> Yes - (specify in comments) >];
      67218 -> 67219 [label=< <FONT COLOR="royalblue">219087 </FONT> No >];
    67219 [label=< <FONT COLOR="royalblue">67219 </FONT> Has phone/SIM/memory card been sent to DIMU (digital media investigation unit)? >];
      67219 -> 67220 [label=< <FONT COLOR="royalblue">219090 </FONT> Yes - (enter date and comment with bag number) >];
      67219 -> 67220 [label=< <FONT COLOR="royalblue">219089 </FONT> No - (enter reason in comment) >];
    67220 [label=< <FONT COLOR="royalblue">67220 </FONT> Other digital find (please state make/model where known) >];
      67220 -> 67221 [label=< <FONT COLOR="royalblue">219091 </FONT> No other digital finds >];
      67220 -> 67221 [label=< <FONT COLOR="royalblue">219092 </FONT> Desktop >];
      67220 -> 67221 [label=< <FONT COLOR="royalblue">219093 </FONT> DVD player >];
      67220 -> 67221 [label=< <FONT COLOR="royalblue">219094 </FONT> External storage, e.g. external hard drive >];
      67220 -> 67221 [label=< <FONT COLOR="royalblue">219095 </FONT> Games console >];
      67220 -> 67221 [label=< <FONT COLOR="royalblue">219096 </FONT> Laptop >];
      67220 -> 67221 [label=< <FONT COLOR="royalblue">219097 </FONT> Media streaming device, e.g. Amazon fire stick >];
      67220 -> 67221 [label=< <FONT COLOR="royalblue">219098 </FONT> Mobile hot spot (MiFi device) >];
      67220 -> 67221 [label=< <FONT COLOR="royalblue">219099 </FONT> Smart watch >];
      67220 -> 67221 [label=< <FONT COLOR="royalblue">219100 </FONT> Stereo / radio >];
      67220 -> 67221 [label=< <FONT COLOR="royalblue">219101 </FONT> Tablet, e.g. iPad >];
      67220 -> 67221 [label=< <FONT COLOR="royalblue">219102 </FONT> USB memory stick >];
      67220 -> 67221 [label=< <FONT COLOR="royalblue">219103 </FONT> Wireless headset / headphone, e.g. Apple AirPods >];
      67220 -> 67221 [label=< <FONT COLOR="royalblue">219104 </FONT> Other - (please state) >];
    67221 [label=< <FONT COLOR="royalblue">67221 </FONT> Was tobacco / tobacco related items found? >];
      67221 -> 67222 [label=< <FONT COLOR="royalblue">219106 </FONT> Yes >];
      67221 -> 67224 [label=< <FONT COLOR="royalblue">219105 </FONT> No >];
    67222 [label=< <FONT COLOR="royalblue">67222 </FONT> Describe the tobacco found >];
      67222 -> 67223 [label=< <FONT COLOR="royalblue">219107 </FONT> Cigarettes/cigars >];
      67222 -> 67223 [label=< <FONT COLOR="royalblue">219108 </FONT> Loose tobacco >];
      67222 -> 67223 [label=< <FONT COLOR="royalblue">219109 </FONT> Other (including packaging and roaches) >];
    67223 [label=< <FONT COLOR="royalblue">67223 </FONT> Approx weight of tobacco >];
      67223 -> 67224 [label=< <FONT COLOR="royalblue">219110 </FONT> Less than or equal to 1g - (please state number in comments) >];
      67223 -> 67224 [label=< <FONT COLOR="royalblue">219111 </FONT> 2g to 5g - (please state number in comments) >];
      67223 -> 67224 [label=< <FONT COLOR="royalblue">219112 </FONT> 6g to 10g - (please state number in comments) >];
      67223 -> 67224 [label=< <FONT COLOR="royalblue">219113 </FONT> 11g to 20g - (please state number in comments) >];
      67223 -> 67224 [label=< <FONT COLOR="royalblue">219114 </FONT> Greater than 20g - (please state number in comments) >];
    67224 [label=< <FONT COLOR="royalblue">67224 </FONT> What weapon was found? >];
      67224 -> 67225 [label=< <FONT COLOR="royalblue">219116 </FONT> Yes - blunt instrument (cosh, item in sock etc) >];
      67224 -> 67225 [label=< <FONT COLOR="royalblue">219117 </FONT> Yes - firearm (fake guns, ammunition, chemical incapacitant etc) >];
      67224 -> 67225 [label=< <FONT COLOR="royalblue">219118 </FONT> Yes - knife/bladed article >];
      67224 -> 67225 [label=< <FONT COLOR="royalblue">219119 </FONT> Yes - other (please specify) >];
      67224 -> 67225 [label=< <FONT COLOR="royalblue">219115 </FONT> No - none found >];
    67225 [label=< <FONT COLOR="royalblue">67225 </FONT> Were any other reportable items found (by national or local policy)? >];
      67225 -> 67226 [label=< <FONT COLOR="royalblue">219121 </FONT> Yes (noose / ligature) >];
      67225 -> 67226 [label=< <FONT COLOR="royalblue">219122 </FONT> Yes - (please specify in comments) >];
      67225 -> 67226 [label=< <FONT COLOR="royalblue">219120 </FONT> No >];
    67226 [label=< <FONT COLOR="royalblue">67226 </FONT> Were the items obtained on temporary release? >];
      67226 -> 67227 [label=< <FONT COLOR="royalblue">219125 </FONT> Yes >];
      67226 -> END_NODE [label=< <FONT COLOR="royalblue">219123 </FONT> No >];
      67226 -> END_NODE [label=< <FONT COLOR="royalblue">219124 </FONT> Unknown >];
    67227 [label=< <FONT COLOR="royalblue">67227 </FONT> Describe the type of temporary release >];
      67227 -> END_NODE [label=< <FONT COLOR="royalblue">219126 </FONT> Community visit >];
      67227 -> END_NODE [label=< <FONT COLOR="royalblue">219127 </FONT> Compassionate >];
      67227 -> END_NODE [label=< <FONT COLOR="royalblue">219128 </FONT> Facility >];
      67227 -> END_NODE [label=< <FONT COLOR="royalblue">219129 </FONT> Resettlement >];
      67227 -> END_NODE [label=< <FONT COLOR="royalblue">219130 </FONT> Unknown >];
}
